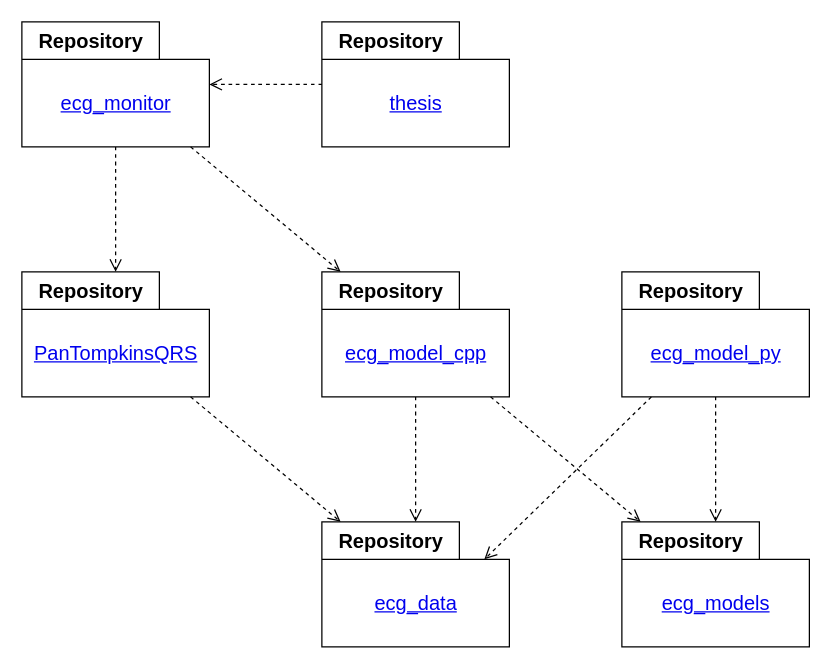
Earlier version of the draw.io diagram assets/repositories.drawio (CCXXXI/thesis). Source tidied: cells renumbered, new cells numbered last; positions are measured from the earlier drawing's top-left corner, leaving out a move shared by most shapes. Both pictures are drawn from the tidied source at 125%, with x=0, y=0 at pixel (21, 21).
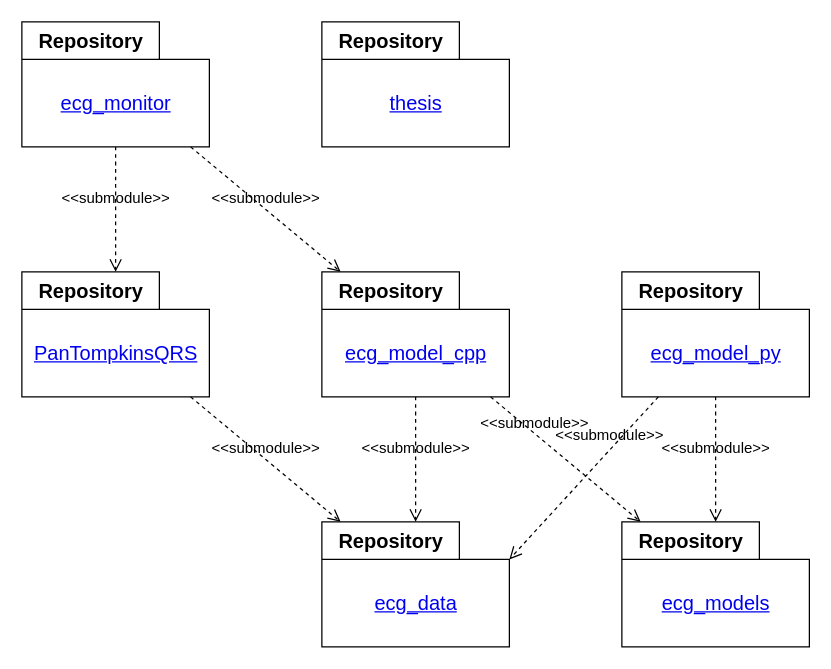
After the change.

Commit message (it also covers changes not shown here):
chore(assets): correct repositories diagram (#7)

* chore(assets): correct repositories diagram

- add `<<submodule>>`
- remove the link between thesis and ecg_monitor

* style: restyled by whitespace (#8)


---------

The change refers to these unchanged cells:
```xml
<mxCell id="2" value="Repository" style="shape=folder;fontStyle=1;tabWidth=110;tabHeight=30;tabPosition=left;html=1;boundedLbl=1;labelInHeader=1;fontSize=16;" parent="1" vertex="1">
  <mxGeometry x="240" width="150" height="100" as="geometry" />
</mxCell>
<mxCell id="4" value="Repository" style="shape=folder;fontStyle=1;tabWidth=110;tabHeight=30;tabPosition=left;html=1;boundedLbl=1;labelInHeader=1;fontSize=16;" parent="1" vertex="1">
  <mxGeometry x="240" y="200" width="150" height="100" as="geometry" />
</mxCell>
<mxCell id="6" value="Repository" style="shape=folder;fontStyle=1;tabWidth=110;tabHeight=30;tabPosition=left;html=1;boundedLbl=1;labelInHeader=1;fontSize=16;" parent="1" vertex="1">
  <mxGeometry x="480" y="200" width="150" height="100" as="geometry" />
</mxCell>
<mxCell id="8" value="Repository" style="shape=folder;fontStyle=1;tabWidth=110;tabHeight=30;tabPosition=left;html=1;boundedLbl=1;labelInHeader=1;fontSize=16;" parent="1" vertex="1">
  <mxGeometry x="480" y="400" width="150" height="100" as="geometry" />
</mxCell>
<mxCell id="10" value="Repository" style="shape=folder;fontStyle=1;tabWidth=110;tabHeight=30;tabPosition=left;html=1;boundedLbl=1;labelInHeader=1;fontSize=16;" parent="1" vertex="1">
  <mxGeometry width="150" height="100" as="geometry" />
</mxCell>
<mxCell id="12" value="Repository" style="shape=folder;fontStyle=1;tabWidth=110;tabHeight=30;tabPosition=left;html=1;boundedLbl=1;labelInHeader=1;fontSize=16;" parent="1" vertex="1">
  <mxGeometry x="240" y="400" width="150" height="100" as="geometry" />
</mxCell>
<mxCell id="14" value="Repository" style="shape=folder;fontStyle=1;tabWidth=110;tabHeight=30;tabPosition=left;html=1;boundedLbl=1;labelInHeader=1;fontSize=16;" parent="1" vertex="1">
  <mxGeometry y="200" width="150" height="100" as="geometry" />
</mxCell>
```

What changed in the source:
```diff
@@
-    <mxCell id="16" style="endArrow=open;startArrow=none;endFill=0;startFill=0;endSize=8;html=1;verticalAlign=bottom;dashed=1;labelBackgroundColor=none;rounded=0;fontSize=12;curved=1;" parent="1" edge="1" source="14" target="12">
+    <mxCell id="16" value="&amp;lt;&amp;lt;submodule&amp;gt;&amp;gt;" style="endArrow=open;startArrow=none;endFill=0;startFill=0;endSize=8;html=1;verticalAlign=bottom;dashed=1;labelBackgroundColor=none;rounded=0;fontSize=12;curved=1;" parent="1" edge="1" source="14" target="12">
       <mxGeometry relative="1" as="geometry" />
     </mxCell>
-    <mxCell id="17" style="endArrow=open;startArrow=none;endFill=0;startFill=0;endSize=8;html=1;verticalAlign=bottom;dashed=1;labelBackgroundColor=none;rounded=0;fontSize=12;curved=1;" parent="1" edge="1" source="4" target="12">
+    <mxCell id="17" value="&amp;lt;&amp;lt;submodule&amp;gt;&amp;gt;" style="endArrow=open;startArrow=none;endFill=0;startFill=0;endSize=8;html=1;verticalAlign=bottom;dashed=1;labelBackgroundColor=none;rounded=0;fontSize=12;curved=1;" parent="1" edge="1" source="4" target="12">
       <mxGeometry relative="1" as="geometry" />
     </mxCell>
-    <mxCell id="18" style="endArrow=open;startArrow=none;endFill=0;startFill=0;endSize=8;html=1;verticalAlign=bottom;dashed=1;labelBackgroundColor=none;rounded=0;fontSize=12;curved=1;entryX=0;entryY=0;entryDx=130;entryDy=30;entryPerimeter=0;" parent="1" edge="1" source="6" target="12">
-      <mxGeometry relative="1" as="geometry" />
+    <mxCell id="18" value="&amp;lt;&amp;lt;submodule&amp;gt;&amp;gt;" style="endArrow=open;startArrow=none;endFill=0;startFill=0;endSize=8;html=1;verticalAlign=bottom;dashed=1;labelBackgroundColor=none;rounded=0;fontSize=12;curved=1;entryX=0;entryY=0;entryDx=150;entryDy=30;entryPerimeter=0;" parent="1" edge="1" source="6" target="12">
+      <mxGeometry x="-0.37" y="-2" relative="1" as="geometry" />
     </mxCell>
-    <mxCell id="19" style="endArrow=open;startArrow=none;endFill=0;startFill=0;endSize=8;html=1;verticalAlign=bottom;dashed=1;labelBackgroundColor=none;rounded=0;fontSize=12;curved=1;" parent="1" edge="1" source="6" target="8">
+    <mxCell id="19" value="&amp;lt;&amp;lt;submodule&amp;gt;&amp;gt;" style="endArrow=open;startArrow=none;endFill=0;startFill=0;endSize=8;html=1;verticalAlign=bottom;dashed=1;labelBackgroundColor=none;rounded=0;fontSize=12;curved=1;" parent="1" edge="1" source="6" target="8">
       <mxGeometry relative="1" as="geometry" />
     </mxCell>
-    <mxCell id="20" style="endArrow=open;startArrow=none;endFill=0;startFill=0;endSize=8;html=1;verticalAlign=bottom;dashed=1;labelBackgroundColor=none;rounded=0;fontSize=12;curved=1;" parent="1" edge="1" source="4" target="8">
-      <mxGeometry relative="1" as="geometry" />
+    <mxCell id="20" value="&amp;lt;&amp;lt;submodule&amp;gt;&amp;gt;" style="endArrow=open;startArrow=none;endFill=0;startFill=0;endSize=8;html=1;verticalAlign=bottom;dashed=1;labelBackgroundColor=none;rounded=0;fontSize=12;curved=1;" parent="1" edge="1" source="4" target="8">
+      <mxGeometry x="-0.41" y="-1" relative="1" as="geometry" />
     </mxCell>
-    <mxCell id="21" style="endArrow=open;startArrow=none;endFill=0;startFill=0;endSize=8;html=1;verticalAlign=bottom;dashed=1;labelBackgroundColor=none;rounded=0;fontSize=12;curved=1;" parent="1" edge="1" source="10" target="14">
+    <mxCell id="21" value="&amp;lt;&amp;lt;submodule&amp;gt;&amp;gt;" style="endArrow=open;startArrow=none;endFill=0;startFill=0;endSize=8;html=1;verticalAlign=bottom;dashed=1;labelBackgroundColor=none;rounded=0;fontSize=12;curved=1;" parent="1" edge="1" source="10" target="14">
       <mxGeometry relative="1" as="geometry" />
     </mxCell>
-    <mxCell id="22" style="endArrow=open;startArrow=none;endFill=0;startFill=0;endSize=8;html=1;verticalAlign=bottom;dashed=1;labelBackgroundColor=none;rounded=0;fontSize=12;curved=1;" parent="1" edge="1" source="10" target="4">
+    <mxCell id="22" value="&amp;lt;&amp;lt;submodule&amp;gt;&amp;gt;" style="endArrow=open;startArrow=none;endFill=0;startFill=0;endSize=8;html=1;verticalAlign=bottom;dashed=1;labelBackgroundColor=none;rounded=0;fontSize=12;curved=1;" parent="1" edge="1" source="10" target="4">
       <mxGeometry relative="1" as="geometry" />
     </mxCell>
-    <mxCell id="23" style="endArrow=open;startArrow=none;endFill=0;startFill=0;endSize=8;html=1;verticalAlign=bottom;dashed=1;labelBackgroundColor=none;rounded=0;fontSize=12;curved=1;" parent="1" edge="1" source="2" target="10">
-      <mxGeometry relative="1" as="geometry" />
-    </mxCell>
```
